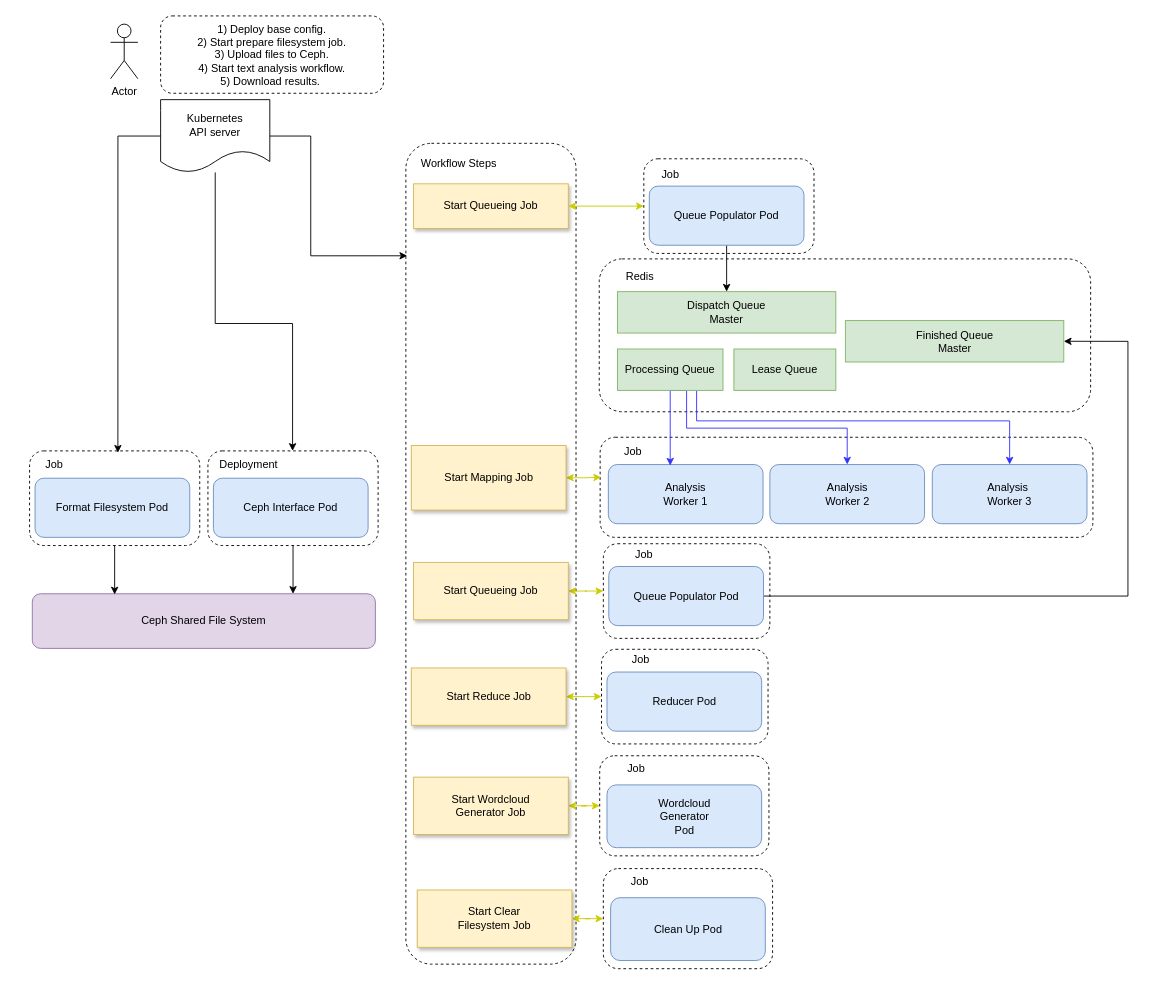
Earlier version of the draw.io diagram drawio/system-arch.drawio (Jordan396/k8s-text-analysis). Source tidied: cells renumbered, new cells numbered last; positions are measured from the earlier drawing's top-left corner, leaving out a move shared by most shapes. Both pictures are drawn from the tidied source at 91%, with x=0, y=0 at pixel (15, 15).
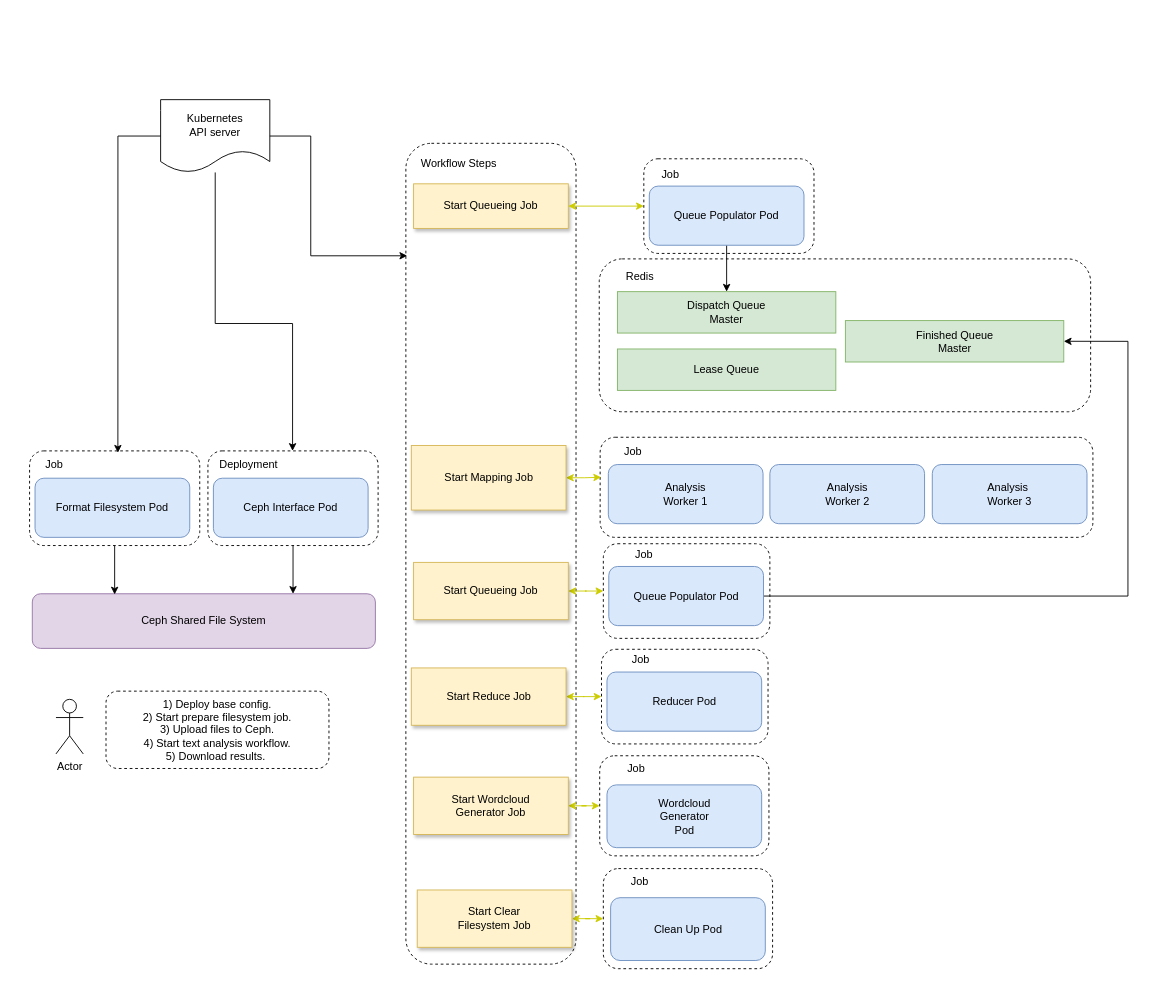
Above is the later version.

The change refers to these unchanged cells:
```xml
<mxCell id="9" value="Analysis &lt;br&gt;Worker 1" style="rounded=1;whiteSpace=wrap;html=1;fillColor=#dae8fc;strokeColor=#6c8ebf;" parent="1" vertex="1">
  <mxGeometry x="651" y="493" width="170" height="65" as="geometry" />
</mxCell>
<mxCell id="10" value="&amp;nbsp;Analysis&amp;nbsp;&lt;br&gt;Worker 2" style="rounded=1;whiteSpace=wrap;html=1;fillColor=#dae8fc;strokeColor=#6c8ebf;" parent="1" vertex="1">
  <mxGeometry x="828.5" y="493" width="170" height="65" as="geometry" />
</mxCell>
<mxCell id="11" value="Analysis&amp;nbsp;&lt;br&gt;Worker 3" style="rounded=1;whiteSpace=wrap;html=1;fillColor=#dae8fc;strokeColor=#6c8ebf;" parent="1" vertex="1">
  <mxGeometry x="1007" y="493" width="170" height="65" as="geometry" />
</mxCell>
```

What changed in the source:
```diff
@@
-    <mxCell id="14" style="edgeStyle=orthogonalEdgeStyle;rounded=0;jettySize=auto;html=1;entryX=0.5;entryY=0;entryDx=0;entryDy=0;strokeColor=#3333FF;exitX=0.5;exitY=1;exitDx=0;exitDy=0;" parent="1" edge="1" source="37" target="10">
-      <mxGeometry relative="1" as="geometry">
-        <Array as="points">
-          <mxPoint x="737" y="411" />
-          <mxPoint x="737" y="453" />
-          <mxPoint x="913" y="453" />
-        </Array>
-      </mxGeometry>
-    </mxCell>
-    <mxCell id="15" style="edgeStyle=orthogonalEdgeStyle;rounded=0;jettySize=auto;html=1;entryX=0.5;entryY=0;entryDx=0;entryDy=0;exitX=0.75;exitY=1;exitDx=0;exitDy=0;strokeColor=#3333FF;" parent="1" edge="1" source="37" target="11">
-      <mxGeometry relative="1" as="geometry">
-        <Array as="points">
-          <mxPoint x="748" y="445" />
-          <mxPoint x="1092" y="445" />
-        </Array>
-      </mxGeometry>
-    </mxCell>
@@
     <mxCell id="27" value="Actor" style="shape=umlActor;verticalLabelPosition=bottom;labelBackgroundColor=#ffffff;verticalAlign=top;html=1;fillColor=none;" parent="1" vertex="1">
-      <mxGeometry x="104" y="9" width="30" height="60" as="geometry" />
+      <mxGeometry x="44" y="751" width="30" height="60" as="geometry" />
     </mxCell>
@@
     <mxCell id="30" value="&lt;span&gt;1) Deploy base config.&lt;/span&gt;&lt;br&gt;&lt;div&gt;&lt;span&gt;2) Start prepare filesystem job.&lt;/span&gt;&lt;/div&gt;&lt;div&gt;&lt;span&gt;3) Upload files to Ceph.&lt;/span&gt;&lt;/div&gt;&lt;span&gt;4) Start text analysis workflow.&lt;br&gt;5) Download results.&amp;nbsp;&lt;/span&gt;" style="rounded=1;whiteSpace=wrap;html=1;dashed=1;fillColor=none;align=center;shadow=0;glass=0;" parent="1" vertex="1">
-      <mxGeometry x="159" width="245" height="85" as="geometry" />
+      <mxGeometry x="99" y="742" width="245" height="85" as="geometry" />
     </mxCell>
@@
-    <mxCell id="36" style="edgeStyle=orthogonalEdgeStyle;rounded=0;jettySize=auto;html=1;entryX=0.4;entryY=0.018;entryDx=0;entryDy=0;entryPerimeter=0;startArrow=none;startFill=0;endArrow=classic;endFill=1;strokeColor=#3333FF;" parent="1" edge="1" source="37" target="9">
-      <mxGeometry relative="1" as="geometry" />
-    </mxCell>
-    <mxCell id="37" value="Processing Queue" style="rounded=0;whiteSpace=wrap;html=1;fillColor=#d5e8d4;strokeColor=#82b366;" parent="1" vertex="1">
-      <mxGeometry x="661" y="366" width="116" height="45.5" as="geometry" />
-    </mxCell>
     <mxCell id="38" value="Lease Queue" style="rounded=0;whiteSpace=wrap;html=1;fillColor=#d5e8d4;strokeColor=#82b366;" parent="1" vertex="1">
-      <mxGeometry x="789" y="366" width="112" height="45.5" as="geometry" />
+      <mxGeometry x="661" y="366" width="240" height="45.5" as="geometry" />
     </mxCell>
```
